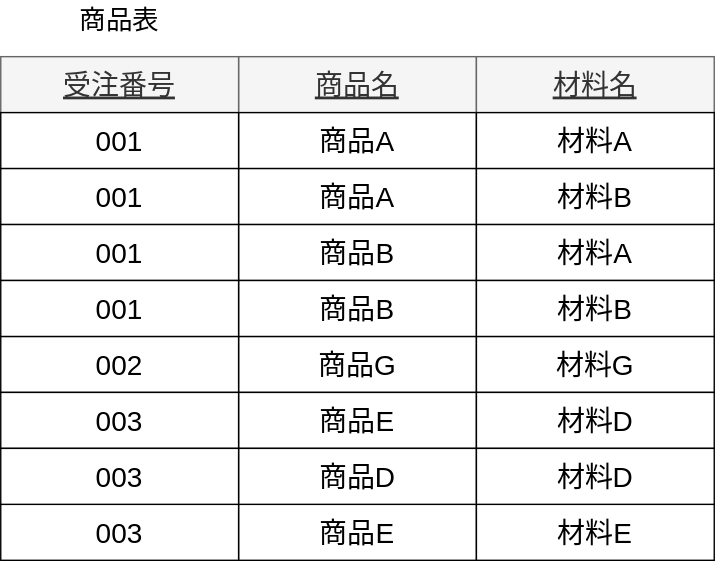
Before: static/img/svg/Database/normalization/normalization-7.drawio.svg, a diagram exported from draw.io (koseki2580/study-docs). Source tidied: cells renumbered, new cells last; positions are measured from the earlier drawing's top-left corner, leaving out a move shared by most shapes.
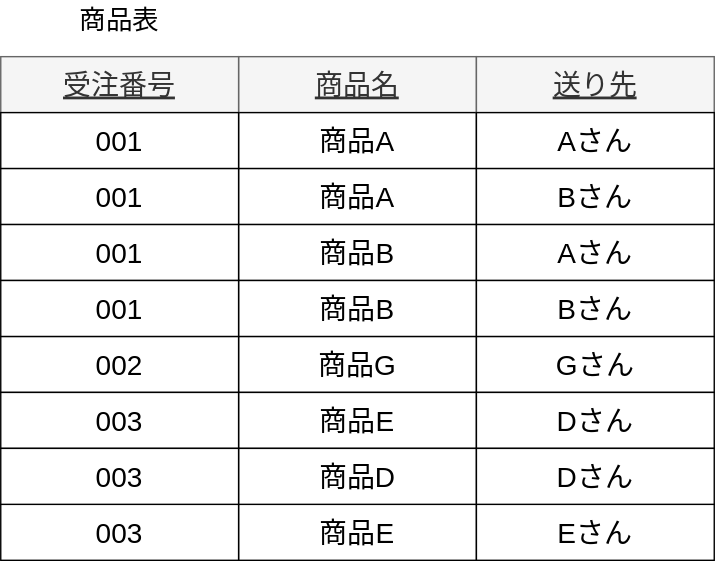
The same file after the commit.

What changed in the source:
```diff
@@ -17,19 +17,19 @@
     <mxCell id="6" value="商品E" style="rounded=0;whiteSpace=wrap;html=1;fontSize=20;" parent="1" vertex="1">
       <mxGeometry x="170" y="360" width="170" height="40" as="geometry" />
     </mxCell>
-    <mxCell id="7" value="材料名" style="rounded=0;whiteSpace=wrap;html=1;fontSize=20;fillColor=#f5f5f5;fontColor=#333333;strokeColor=#666666;fontStyle=4;" parent="1" vertex="1">
+    <mxCell id="7" value="送り先" style="rounded=0;whiteSpace=wrap;html=1;fontSize=20;fillColor=#f5f5f5;fontColor=#333333;strokeColor=#666666;fontStyle=4;" parent="1" vertex="1">
       <mxGeometry x="340" y="40" width="170" height="40" as="geometry" />
     </mxCell>
-    <mxCell id="8" value="材料A" style="rounded=0;whiteSpace=wrap;html=1;fontSize=20;" parent="1" vertex="1">
+    <mxCell id="8" value="Aさん" style="rounded=0;whiteSpace=wrap;html=1;fontSize=20;" parent="1" vertex="1">
       <mxGeometry x="340" y="80" width="170" height="40" as="geometry" />
     </mxCell>
-    <mxCell id="9" value="材料G" style="rounded=0;whiteSpace=wrap;html=1;fontSize=20;" parent="1" vertex="1">
+    <mxCell id="9" value="Gさん" style="rounded=0;whiteSpace=wrap;html=1;fontSize=20;" parent="1" vertex="1">
       <mxGeometry x="340" y="240" width="170" height="40" as="geometry" />
     </mxCell>
-    <mxCell id="10" value="材料E" style="rounded=0;whiteSpace=wrap;html=1;fontSize=20;" parent="1" vertex="1">
+    <mxCell id="10" value="Eさん" style="rounded=0;whiteSpace=wrap;html=1;fontSize=20;" parent="1" vertex="1">
       <mxGeometry x="340" y="360" width="170" height="40" as="geometry" />
     </mxCell>
-    <mxCell id="11" value="材料B" style="rounded=0;whiteSpace=wrap;html=1;fontSize=20;" parent="1" vertex="1">
+    <mxCell id="11" value="Bさん" style="rounded=0;whiteSpace=wrap;html=1;fontSize=20;" parent="1" vertex="1">
       <mxGeometry x="340" y="120" width="170" height="40" as="geometry" />
     </mxCell>
     <mxCell id="12" value="受注番号" style="rounded=0;whiteSpace=wrap;html=1;fontSize=20;fillColor=#f5f5f5;fontColor=#333333;strokeColor=#666666;fontStyle=4;" parent="1" vertex="1">
@@ -53,7 +53,7 @@
     <mxCell id="18" value="商品B" style="rounded=0;whiteSpace=wrap;html=1;fontSize=20;" parent="1" vertex="1">
       <mxGeometry x="170" y="160" width="170" height="40" as="geometry" />
     </mxCell>
-    <mxCell id="19" value="材料A" style="rounded=0;whiteSpace=wrap;html=1;fontSize=20;" parent="1" vertex="1">
+    <mxCell id="19" value="Aさん" style="rounded=0;whiteSpace=wrap;html=1;fontSize=20;" parent="1" vertex="1">
       <mxGeometry x="340" y="160" width="170" height="40" as="geometry" />
     </mxCell>
     <mxCell id="20" value="001" style="rounded=0;whiteSpace=wrap;html=1;fontSize=20;" parent="1" vertex="1">
@@ -65,10 +65,10 @@
     <mxCell id="22" value="商品D" style="rounded=0;whiteSpace=wrap;html=1;fontSize=20;" parent="1" vertex="1">
       <mxGeometry x="170" y="320" width="170" height="40" as="geometry" />
     </mxCell>
-    <mxCell id="23" value="材料D" style="rounded=0;whiteSpace=wrap;html=1;fontSize=20;" parent="1" vertex="1">
+    <mxCell id="23" value="Dさん" style="rounded=0;whiteSpace=wrap;html=1;fontSize=20;" parent="1" vertex="1">
       <mxGeometry x="340" y="280" width="170" height="40" as="geometry" />
     </mxCell>
-    <mxCell id="24" value="材料D" style="rounded=0;whiteSpace=wrap;html=1;fontSize=20;" parent="1" vertex="1">
+    <mxCell id="24" value="Dさん" style="rounded=0;whiteSpace=wrap;html=1;fontSize=20;" parent="1" vertex="1">
       <mxGeometry x="340" y="320" width="170" height="40" as="geometry" />
     </mxCell>
     <mxCell id="25" value="003" style="rounded=0;whiteSpace=wrap;html=1;fontSize=20;" parent="1" vertex="1">
@@ -80,7 +80,7 @@
     <mxCell id="27" value="商品B" style="rounded=0;whiteSpace=wrap;html=1;fontSize=20;" parent="1" vertex="1">
       <mxGeometry x="170" y="200" width="170" height="40" as="geometry" />
     </mxCell>
-    <mxCell id="28" value="材料B" style="rounded=0;whiteSpace=wrap;html=1;fontSize=20;" parent="1" vertex="1">
+    <mxCell id="28" value="Bさん" style="rounded=0;whiteSpace=wrap;html=1;fontSize=20;" parent="1" vertex="1">
       <mxGeometry x="340" y="200" width="170" height="40" as="geometry" />
     </mxCell>
     <mxCell id="29" value="001" style="rounded=0;whiteSpace=wrap;html=1;fontSize=20;" parent="1" vertex="1">
```
